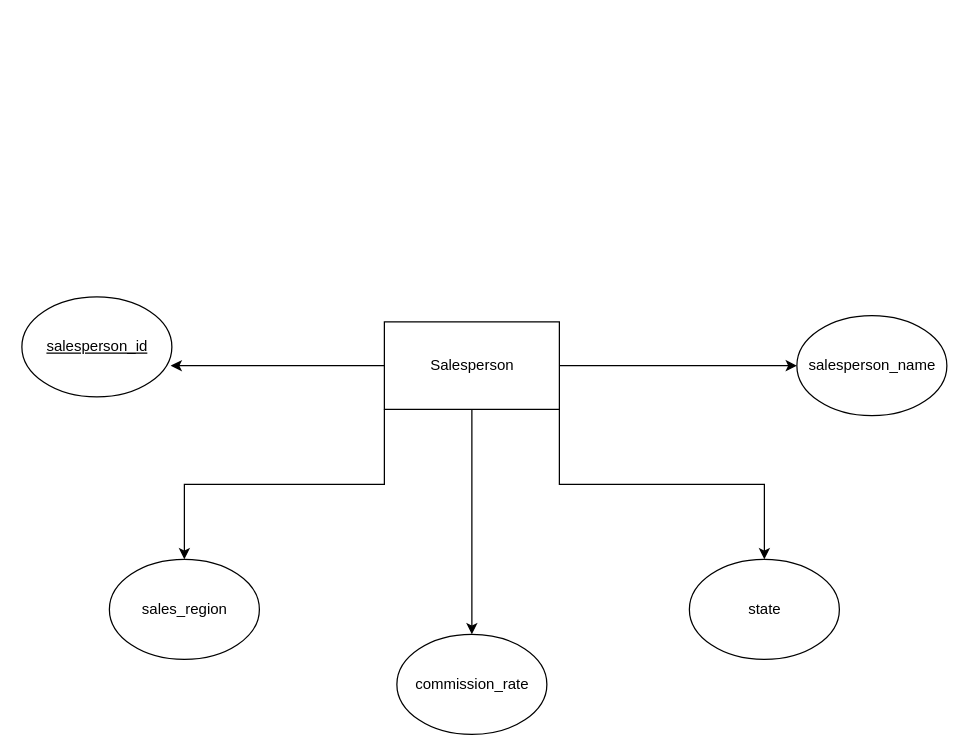
This is page "Salesperson" (3 of 5) of TakeHomeProject.drawio from mrkwapo/DatabaseDesignAndManagement, a draw.io file, before an edit. Source tidied: cells renumbered, new cells numbered last; positions are measured from the earlier drawing's top-left corner, leaving out a move shared by most shapes. Both pictures are drawn from the tidied source at 125%, with x=0, y=0 at pixel (21, 296).
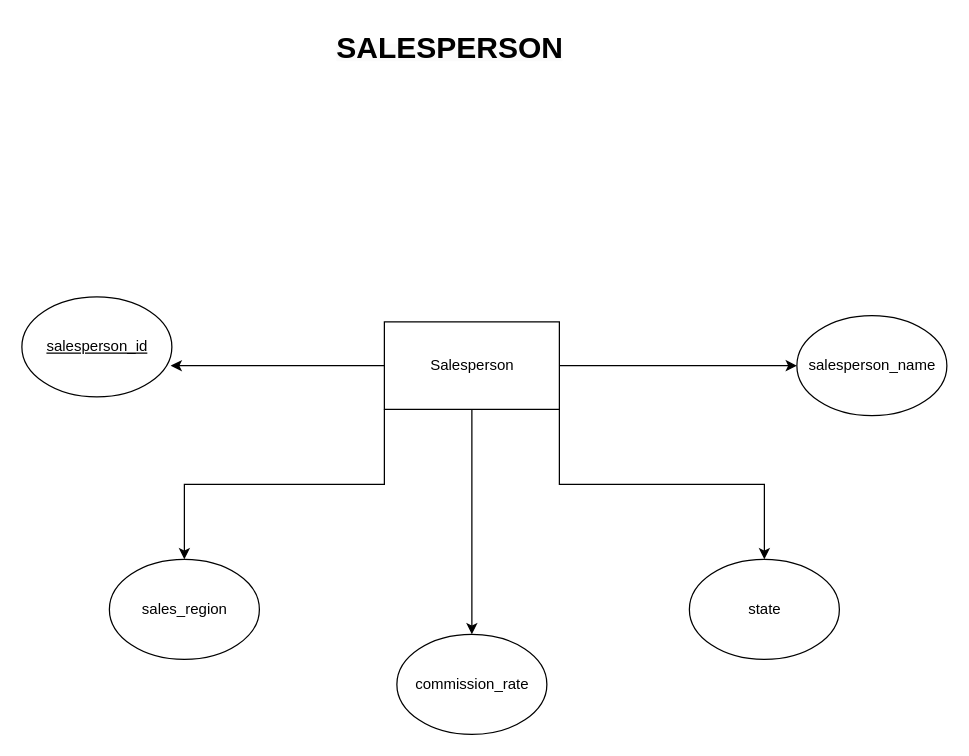
The same diagram, later.

Change to the diagram source:
```diff
@@
+    <mxCell id="25" value="&lt;b style=&quot;border-color: var(--border-color); color: rgb(0, 0, 0); font-family: Helvetica; font-size: 12px; font-style: normal; font-variant-ligatures: normal; font-variant-caps: normal; letter-spacing: normal; orphans: 2; text-align: center; text-indent: 0px; text-transform: none; widows: 2; word-spacing: 0px; -webkit-text-stroke-width: 0px; background-color: rgb(251, 251, 251); text-decoration-thickness: initial; text-decoration-style: initial; text-decoration-color: initial;&quot;&gt;&lt;font style=&quot;border-color: var(--border-color); font-size: 24px;&quot;&gt;SALESPERSON&lt;/font&gt;&lt;/b&gt;" style="text;whiteSpace=wrap;html=1;" parent="1" vertex="1">
+      <mxGeometry x="250" y="-220" width="230" height="50" as="geometry" />
+    </mxCell>
```
